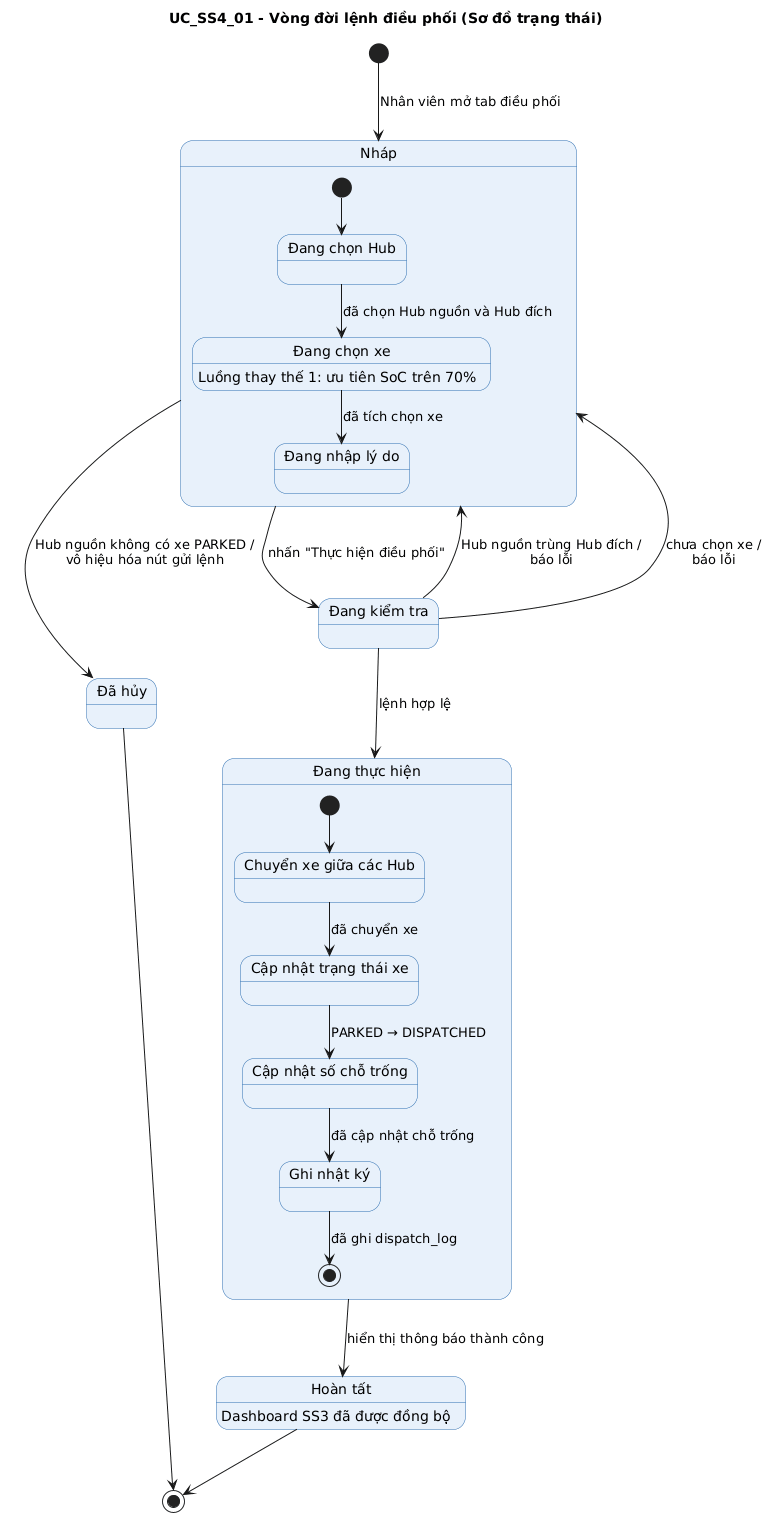
This is docs/diagrams/Use-case detail-scenario/SS4/State-chart diagrams/UC_SS4_01_statechart.png from Dat-nguyen195/BTL_1_CNPM, a PlantUML export, as it was before one commit. Its diagram source:
```plantuml
@startuml
title UC_SS4_01 - Vòng đời lệnh điều phối (Sơ đồ trạng thái)
skinparam shadowing false
skinparam state {
  BackgroundColor #E8F1FB
  BorderColor #2B6CB0
}

[*] --> Nhap : Nhân viên mở tab điều phối

state "Nháp" as Nhap {
  [*] --> ChonHub
  state "Đang chọn Hub" as ChonHub
  state "Đang chọn xe" as ChonXe
  state "Đang nhập lý do" as NhapLyDo
  ChonHub --> ChonXe : đã chọn Hub nguồn và Hub đích
  ChonXe --> NhapLyDo : đã tích chọn xe
  ChonXe : Luồng thay thế 1: ưu tiên SoC trên 70%
}

state "Đã hủy" as DaHuy
state "Đang kiểm tra" as KiemTra
state "Đang thực hiện" as ThucHien {
  [*] --> ChuyenXe
  state "Chuyển xe giữa các Hub" as ChuyenXe
  state "Cập nhật trạng thái xe" as CapNhatXe
  state "Cập nhật số chỗ trống" as CapNhatCho
  state "Ghi nhật ký" as GhiLog
  ChuyenXe --> CapNhatXe : đã chuyển xe
  CapNhatXe --> CapNhatCho : PARKED → DISPATCHED
  CapNhatCho --> GhiLog : đã cập nhật chỗ trống
  GhiLog --> [*] : đã ghi dispatch_log
}
state "Hoàn tất" as HoanTat

Nhap --> DaHuy : Hub nguồn không có xe PARKED /\nvô hiệu hóa nút gửi lệnh
Nhap --> KiemTra : nhấn "Thực hiện điều phối"

KiemTra --> Nhap : Hub nguồn trùng Hub đích /\nbáo lỗi
KiemTra --> Nhap : chưa chọn xe /\nbáo lỗi
KiemTra --> ThucHien : lệnh hợp lệ

ThucHien --> HoanTat : hiển thị thông báo thành công
HoanTat : Dashboard SS3 đã được đồng bộ
HoanTat --> [*]
DaHuy --> [*]
@enduml
```
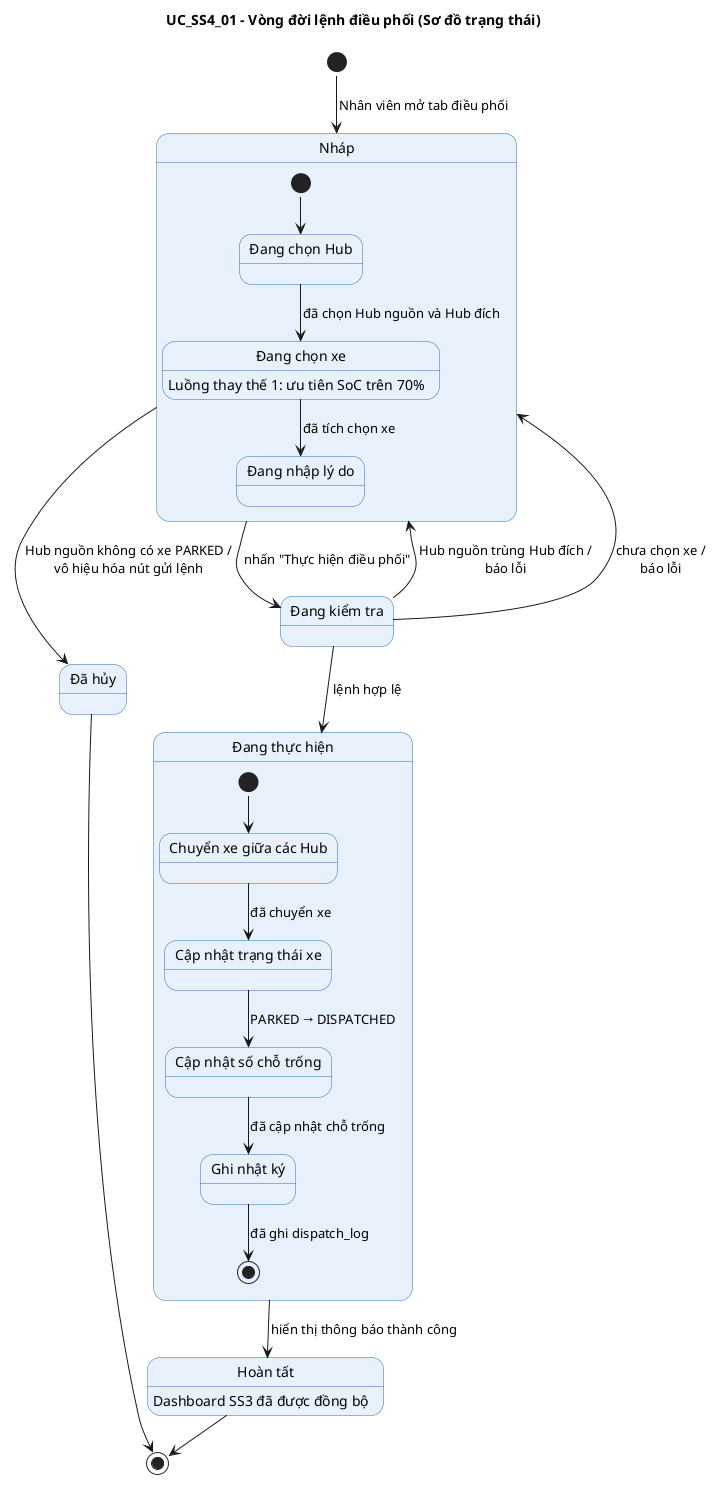
Above is the later version.

What changed in the source:
```diff
@@ -1,4 +1,5 @@
-@startuml
+@startuml UC_SS4_01_statechart
+!pragma layout smetana
 title UC_SS4_01 - Vòng đời lệnh điều phối (Sơ đồ trạng thái)
 skinparam shadowing false
 skinparam state {
```
